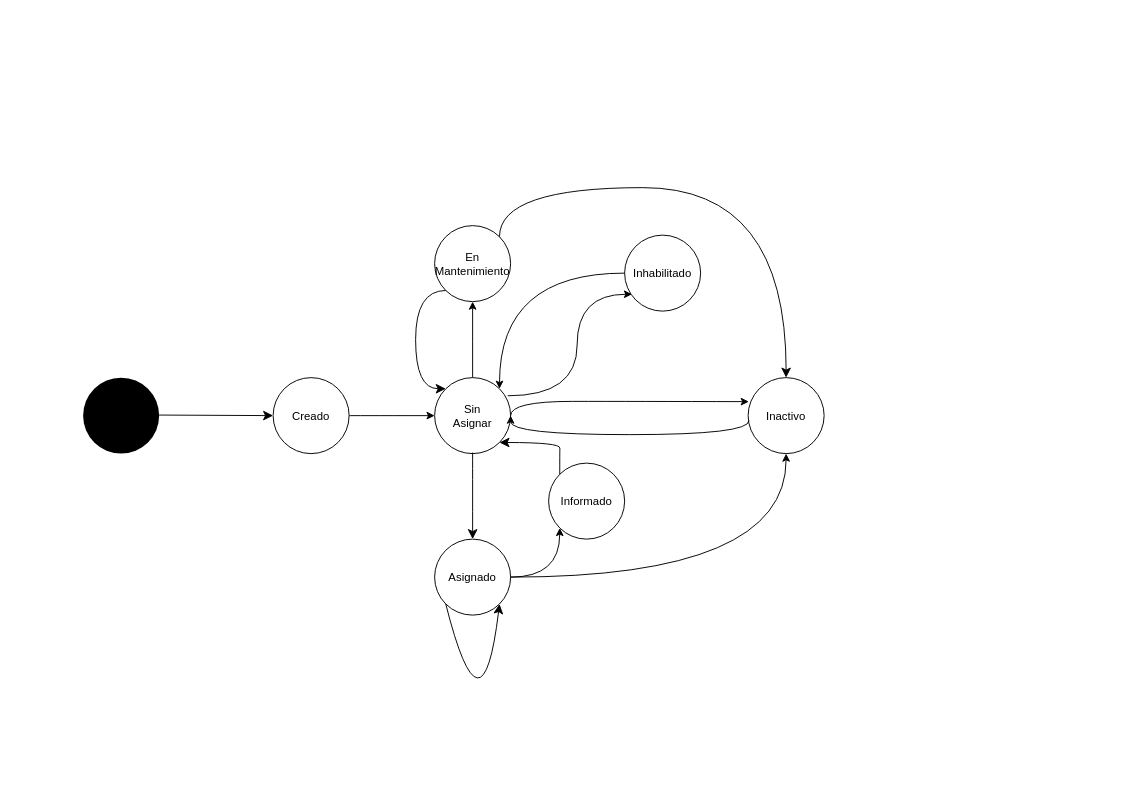
This is _docs/ciclo_vida_activo.drawio from proyecto-oilstone/assets, a draw.io file, before an edit. Source tidied: cells renumbered, new cells numbered last; positions are measured from the earlier drawing's top-left corner, leaving out a move shared by most shapes. Both pictures are drawn from the tidied source at 95%, with x=0, y=0 at pixel (83, 187).
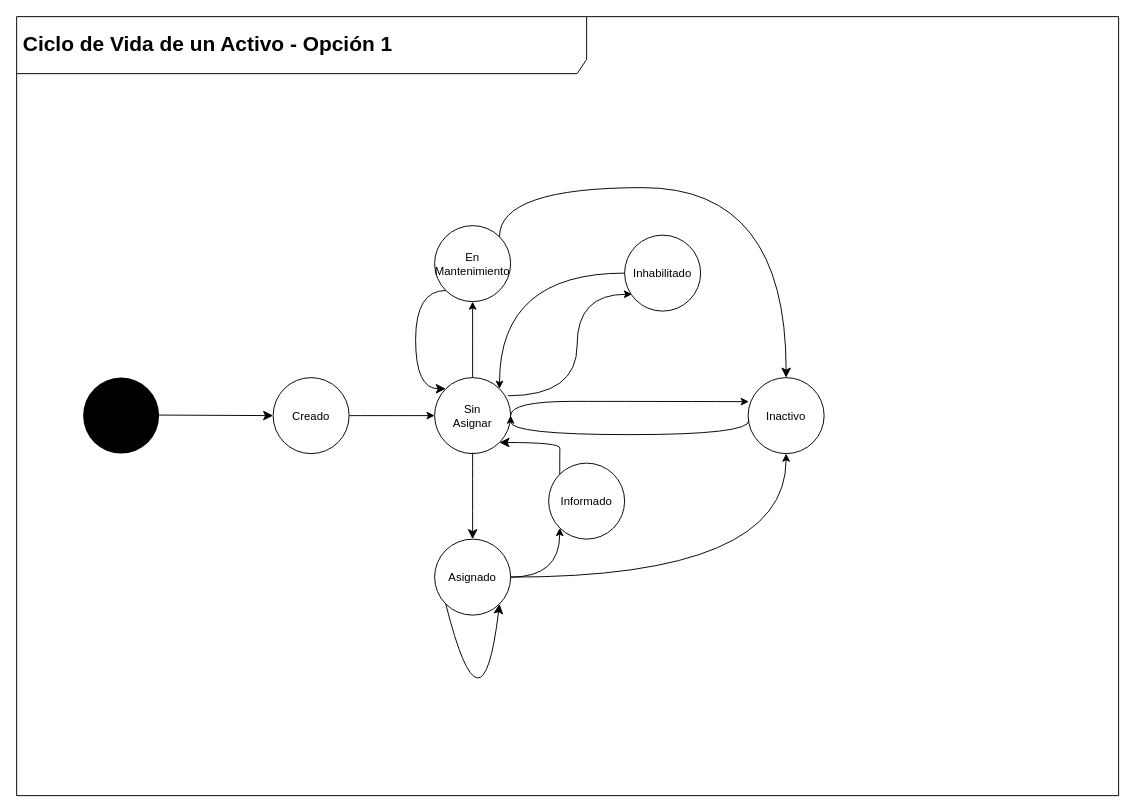
After the change.

Change to the diagram source:
```diff
@@
+    <mxCell id="24" value="&lt;font style=&quot;font-size: 22px&quot;&gt;&lt;b&gt;Ciclo de Vida de un Activo - Opción 1&lt;/b&gt;&lt;/font&gt;" style="shape=umlFrame;whiteSpace=wrap;html=1;width=600;height=60;boundedLbl=1;verticalAlign=middle;align=left;spacingLeft=5;" parent="1" vertex="1">
+      <mxGeometry x="-70" y="-180" width="1160" height="820" as="geometry" />
+    </mxCell>
```
